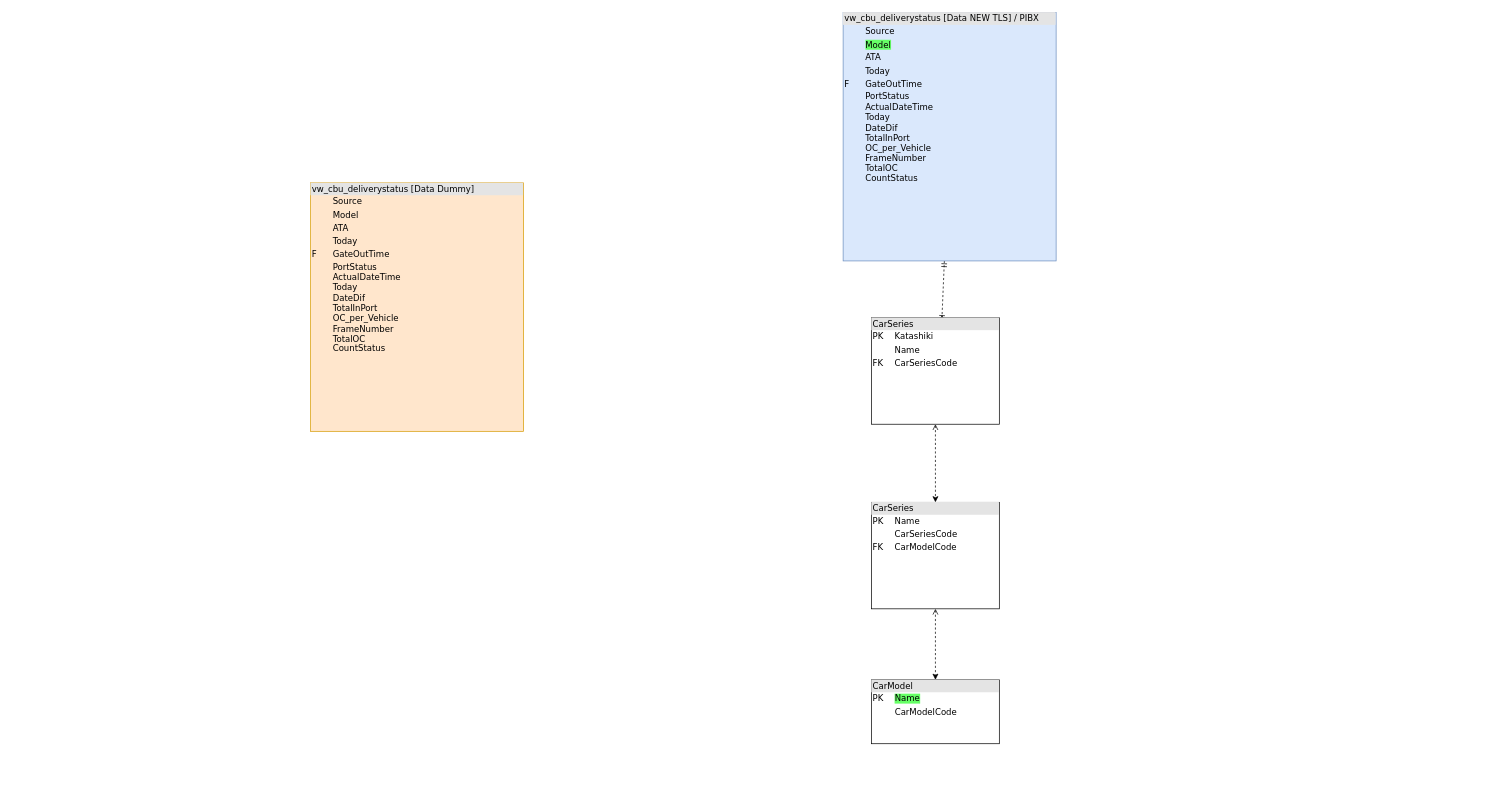
RifqiG759/BI_datasets keeps this draw.io diagram as page "Board2_CBU_DeliveryStatus" (2 of 3) of TAM_IMIS_diagram.drawio. Above is the earlier version. Source tidied: cells renumbered, new cells numbered last; positions are measured from the earlier drawing's top-left corner, leaving out a move shared by most shapes. Both pictures are drawn from the tidied source at 71%, with x=0, y=0 at pixel (310, 12).
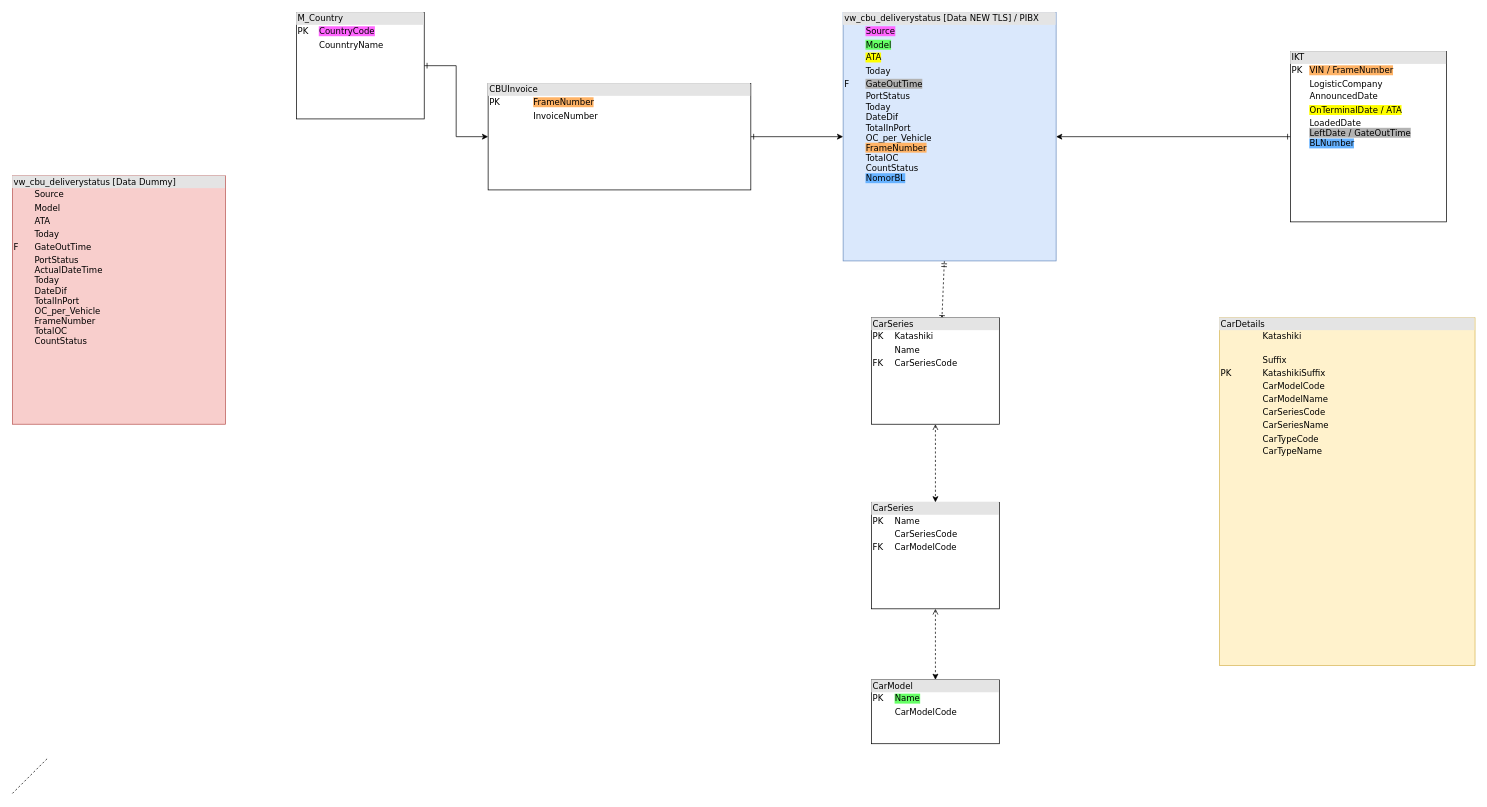
The same diagram, later.

What changed in the source:
```diff
@@
 <mxGraphModel>
   <root>
     <mxCell id="0" />
     <mxCell id="1" parent="0" />
     <mxCell id="2" style="html=1;dashed=1;labelBackgroundColor=none;startArrow=ERmandOne;endArrow=ERoneToMany;fontFamily=Verdana;fontSize=12;align=left;elbow=vertical;entryX=0.55;entryY=0.033;entryDx=0;entryDy=0;entryPerimeter=0;" parent="1" edge="1" source="7" target="9">
       <mxGeometry relative="1" as="geometry" />
     </mxCell>
-    <mxCell id="3" value="&lt;div style=&quot;box-sizing: border-box ; width: 100% ; background: #e4e4e4 ; padding: 2px&quot;&gt;vw_cbu_deliverystatus [Data Dummy]&lt;/div&gt;&lt;table style=&quot;width: 100% ; font-size: 1em&quot; cellpadding=&quot;2&quot; cellspacing=&quot;0&quot;&gt;&lt;tbody&gt;&lt;tr&gt;&lt;td&gt;&lt;br&gt;&lt;/td&gt;&lt;td&gt;Source&lt;/td&gt;&lt;/tr&gt;&lt;tr&gt;&lt;td&gt;&lt;/td&gt;&lt;td&gt;Model&lt;/td&gt;&lt;/tr&gt;&lt;tr&gt;&lt;td&gt;&lt;br&gt;&lt;/td&gt;&lt;td&gt;ATA&lt;/td&gt;&lt;/tr&gt;&lt;tr&gt;&lt;td&gt;&lt;br&gt;&lt;/td&gt;&lt;td&gt;Today&lt;/td&gt;&lt;/tr&gt;&lt;tr&gt;&lt;td&gt;F&lt;br&gt;&lt;/td&gt;&lt;td&gt;GateOutTime&lt;/td&gt;&lt;/tr&gt;&lt;tr&gt;&lt;td&gt;&lt;br&gt;&lt;/td&gt;&lt;td&gt;PortStatus&lt;br&gt;ActualDateTime&lt;br&gt;Today&lt;br&gt;DateDif&lt;br&gt;TotalInPort&lt;br&gt;OC_per_Vehicle&lt;br&gt;FrameNumber&lt;br&gt;TotalOC&lt;br&gt;CountStatus&lt;/td&gt;&lt;/tr&gt;&lt;tr&gt;&lt;td&gt;&lt;br&gt;&lt;/td&gt;&lt;td&gt;&lt;br&gt;&lt;/td&gt;&lt;/tr&gt;&lt;tr&gt;&lt;td&gt;&lt;br&gt;&lt;/td&gt;&lt;td&gt;&lt;br&gt;&lt;/td&gt;&lt;/tr&gt;&lt;tr&gt;&lt;td&gt;&lt;br&gt;&lt;/td&gt;&lt;td&gt;&lt;br&gt;&lt;/td&gt;&lt;/tr&gt;&lt;/tbody&gt;&lt;/table&gt;" style="verticalAlign=top;align=left;overflow=fill;html=1;rounded=0;shadow=0;comic=0;labelBackgroundColor=none;strokeColor=#d79b00;strokeWidth=1;fillColor=#ffe6cc;fontFamily=Verdana;fontSize=12;" parent="1" vertex="1">
-      <mxGeometry y="240" width="300" height="350" as="geometry" />
+    <mxCell id="3" value="&lt;div style=&quot;box-sizing: border-box ; width: 100% ; background: #e4e4e4 ; padding: 2px&quot;&gt;vw_cbu_deliverystatus [Data Dummy]&lt;/div&gt;&lt;table style=&quot;width: 100% ; font-size: 1em&quot; cellpadding=&quot;2&quot; cellspacing=&quot;0&quot;&gt;&lt;tbody&gt;&lt;tr&gt;&lt;td&gt;&lt;br&gt;&lt;/td&gt;&lt;td&gt;Source&lt;/td&gt;&lt;/tr&gt;&lt;tr&gt;&lt;td&gt;&lt;/td&gt;&lt;td&gt;Model&lt;/td&gt;&lt;/tr&gt;&lt;tr&gt;&lt;td&gt;&lt;br&gt;&lt;/td&gt;&lt;td&gt;ATA&lt;/td&gt;&lt;/tr&gt;&lt;tr&gt;&lt;td&gt;&lt;br&gt;&lt;/td&gt;&lt;td&gt;Today&lt;/td&gt;&lt;/tr&gt;&lt;tr&gt;&lt;td&gt;F&lt;br&gt;&lt;/td&gt;&lt;td&gt;GateOutTime&lt;/td&gt;&lt;/tr&gt;&lt;tr&gt;&lt;td&gt;&lt;br&gt;&lt;/td&gt;&lt;td&gt;PortStatus&lt;br&gt;ActualDateTime&lt;br&gt;Today&lt;br&gt;DateDif&lt;br&gt;TotalInPort&lt;br&gt;OC_per_Vehicle&lt;br&gt;FrameNumber&lt;br&gt;TotalOC&lt;br&gt;CountStatus&lt;/td&gt;&lt;/tr&gt;&lt;tr&gt;&lt;td&gt;&lt;br&gt;&lt;/td&gt;&lt;td&gt;&lt;br&gt;&lt;/td&gt;&lt;/tr&gt;&lt;tr&gt;&lt;td&gt;&lt;br&gt;&lt;/td&gt;&lt;td&gt;&lt;br&gt;&lt;/td&gt;&lt;/tr&gt;&lt;tr&gt;&lt;td&gt;&lt;br&gt;&lt;/td&gt;&lt;td&gt;&lt;br&gt;&lt;/td&gt;&lt;/tr&gt;&lt;/tbody&gt;&lt;/table&gt;" style="verticalAlign=top;align=left;overflow=fill;html=1;rounded=0;shadow=0;comic=0;labelBackgroundColor=none;strokeColor=#b85450;strokeWidth=1;fillColor=#f8cecc;fontFamily=Verdana;fontSize=12;" parent="1" vertex="1">
+      <mxGeometry x="-420" y="230" width="300" height="350" as="geometry" />
     </mxCell>
     <mxCell id="4" style="edgeStyle=orthogonalEdgeStyle;rounded=0;jettySize=auto;html=1;dashed=1;startArrow=open;startFill=0;" parent="1" edge="1" source="5" target="8">
       <mxGeometry relative="1" as="geometry" />
     </mxCell>
     <mxCell id="5" value="&lt;div style=&quot;box-sizing: border-box ; width: 100% ; background: #e4e4e4 ; padding: 2px&quot;&gt;CarSeries&lt;/div&gt;&lt;table style=&quot;width: 100% ; font-size: 1em&quot; cellpadding=&quot;2&quot; cellspacing=&quot;0&quot;&gt;&lt;tbody&gt;&lt;tr&gt;&lt;td&gt;PK&lt;/td&gt;&lt;td&gt;Name&lt;br&gt;&lt;/td&gt;&lt;/tr&gt;&lt;tr&gt;&lt;td&gt;&lt;br&gt;&lt;/td&gt;&lt;td&gt;CarSeriesCode&lt;/td&gt;&lt;/tr&gt;&lt;tr&gt;&lt;td&gt;FK&lt;/td&gt;&lt;td&gt;CarModelCode&lt;/td&gt;&lt;/tr&gt;&lt;/tbody&gt;&lt;/table&gt;" style="verticalAlign=top;align=left;overflow=fill;html=1;rounded=0;shadow=0;comic=0;labelBackgroundColor=none;strokeColor=#000000;strokeWidth=1;fillColor=#ffffff;fontFamily=Verdana;fontSize=12;fontColor=#000000;" parent="1" vertex="1">
       <mxGeometry x="790" y="690" width="180" height="150" as="geometry" />
     </mxCell>
     <mxCell id="6" style="edgeStyle=orthogonalEdgeStyle;rounded=0;jettySize=auto;html=1;dashed=1;startArrow=open;startFill=0;exitX=0.5;exitY=1;exitDx=0;exitDy=0;" parent="1" edge="1" source="9" target="5">
       <mxGeometry relative="1" as="geometry" />
     </mxCell>
-    <mxCell id="7" value="&lt;div style=&quot;box-sizing: border-box ; width: 100% ; background: #e4e4e4 ; padding: 2px&quot;&gt;vw_cbu_deliverystatus [Data NEW TLS] / PIBX&lt;/div&gt;&lt;table style=&quot;width: 100% ; font-size: 1em&quot; cellpadding=&quot;2&quot; cellspacing=&quot;0&quot;&gt;&lt;tbody&gt;&lt;tr&gt;&lt;td&gt;&lt;br&gt;&lt;/td&gt;&lt;td&gt;Source&lt;/td&gt;&lt;/tr&gt;&lt;tr&gt;&lt;td&gt;&lt;/td&gt;&lt;td&gt;&lt;span style=&quot;background-color: rgb(102 , 255 , 102)&quot;&gt;Model&lt;/span&gt;&lt;/td&gt;&lt;/tr&gt;&lt;tr&gt;&lt;td&gt;&lt;br&gt;&lt;/td&gt;&lt;td&gt;ATA&lt;/td&gt;&lt;/tr&gt;&lt;tr&gt;&lt;td&gt;&lt;br&gt;&lt;/td&gt;&lt;td&gt;Today&lt;/td&gt;&lt;/tr&gt;&lt;tr&gt;&lt;td&gt;F&lt;br&gt;&lt;/td&gt;&lt;td&gt;GateOutTime&lt;/td&gt;&lt;/tr&gt;&lt;tr&gt;&lt;td&gt;&lt;br&gt;&lt;/td&gt;&lt;td&gt;PortStatus&lt;br&gt;ActualDateTime&lt;br&gt;Today&lt;br&gt;DateDif&lt;br&gt;TotalInPort&lt;br&gt;OC_per_Vehicle&lt;br&gt;FrameNumber&lt;br&gt;TotalOC&lt;br&gt;CountStatus&lt;/td&gt;&lt;/tr&gt;&lt;tr&gt;&lt;td&gt;&lt;br&gt;&lt;/td&gt;&lt;td&gt;&lt;br&gt;&lt;/td&gt;&lt;/tr&gt;&lt;tr&gt;&lt;td&gt;&lt;br&gt;&lt;/td&gt;&lt;td&gt;&lt;br&gt;&lt;/td&gt;&lt;/tr&gt;&lt;tr&gt;&lt;td&gt;&lt;br&gt;&lt;/td&gt;&lt;td&gt;&lt;br&gt;&lt;/td&gt;&lt;/tr&gt;&lt;/tbody&gt;&lt;/table&gt;" style="verticalAlign=top;align=left;overflow=fill;html=1;rounded=0;shadow=0;comic=0;labelBackgroundColor=none;strokeColor=#6c8ebf;strokeWidth=1;fillColor=#dae8fc;fontFamily=Verdana;fontSize=12;" parent="1" vertex="1">
+    <mxCell id="7" value="&lt;div style=&quot;box-sizing: border-box ; width: 100% ; background: #e4e4e4 ; padding: 2px&quot;&gt;vw_cbu_deliverystatus [Data NEW TLS] / PIBX&lt;/div&gt;&lt;table style=&quot;width: 100% ; font-size: 1em&quot; cellpadding=&quot;2&quot; cellspacing=&quot;0&quot;&gt;&lt;tbody&gt;&lt;tr&gt;&lt;td&gt;&lt;br&gt;&lt;/td&gt;&lt;td&gt;&lt;span style=&quot;background-color: rgb(255 , 102 , 255)&quot;&gt;Source&lt;/span&gt;&lt;/td&gt;&lt;/tr&gt;&lt;tr&gt;&lt;td&gt;&lt;/td&gt;&lt;td&gt;&lt;span style=&quot;background-color: rgb(102 , 255 , 102)&quot;&gt;Model&lt;/span&gt;&lt;/td&gt;&lt;/tr&gt;&lt;tr&gt;&lt;td&gt;&lt;br&gt;&lt;/td&gt;&lt;td&gt;&lt;span style=&quot;background-color: rgb(255 , 255 , 0)&quot;&gt;ATA&lt;/span&gt;&lt;/td&gt;&lt;/tr&gt;&lt;tr&gt;&lt;td&gt;&lt;br&gt;&lt;/td&gt;&lt;td&gt;Today&lt;/td&gt;&lt;/tr&gt;&lt;tr&gt;&lt;td&gt;F&lt;br&gt;&lt;/td&gt;&lt;td&gt;&lt;span style=&quot;background-color: rgb(179 , 179 , 179)&quot;&gt;GateOutTime&lt;/span&gt;&lt;/td&gt;&lt;/tr&gt;&lt;tr&gt;&lt;td&gt;&lt;br&gt;&lt;/td&gt;&lt;td&gt;PortStatus&lt;br&gt;Today&lt;br&gt;DateDif&lt;br&gt;TotalInPort&lt;br&gt;OC_per_Vehicle&lt;br&gt;&lt;span style=&quot;background-color: rgb(255 , 179 , 102)&quot;&gt;FrameNumber&lt;/span&gt;&lt;br&gt;TotalOC&lt;br&gt;CountStatus&lt;br&gt;&lt;span style=&quot;background-color: rgb(102 , 178 , 255)&quot;&gt;NomorBL&lt;/span&gt;&lt;/td&gt;&lt;/tr&gt;&lt;tr&gt;&lt;td&gt;&lt;br&gt;&lt;/td&gt;&lt;td&gt;&lt;br&gt;&lt;/td&gt;&lt;/tr&gt;&lt;tr&gt;&lt;td&gt;&lt;br&gt;&lt;/td&gt;&lt;td&gt;&lt;br&gt;&lt;/td&gt;&lt;/tr&gt;&lt;tr&gt;&lt;td&gt;&lt;br&gt;&lt;/td&gt;&lt;td&gt;&lt;br&gt;&lt;/td&gt;&lt;/tr&gt;&lt;/tbody&gt;&lt;/table&gt;" style="verticalAlign=top;align=left;overflow=fill;html=1;rounded=0;shadow=0;comic=0;labelBackgroundColor=none;strokeColor=#6c8ebf;strokeWidth=1;fillColor=#dae8fc;fontFamily=Verdana;fontSize=12;" parent="1" vertex="1">
       <mxGeometry x="750" width="300" height="350" as="geometry" />
     </mxCell>
     <mxCell id="8" value="&lt;div style=&quot;box-sizing: border-box ; width: 100% ; background: #e4e4e4 ; padding: 2px&quot;&gt;CarModel&lt;/div&gt;&lt;table style=&quot;width: 100% ; font-size: 1em&quot; cellpadding=&quot;2&quot; cellspacing=&quot;0&quot;&gt;&lt;tbody&gt;&lt;tr&gt;&lt;td&gt;PK&lt;/td&gt;&lt;td&gt;&lt;span style=&quot;background-color: rgb(102 , 255 , 102)&quot;&gt;Name&lt;br&gt;&lt;/span&gt;&lt;/td&gt;&lt;/tr&gt;&lt;tr&gt;&lt;td&gt;&lt;/td&gt;&lt;td&gt;CarModelCode&lt;/td&gt;&lt;/tr&gt;&lt;/tbody&gt;&lt;/table&gt;" style="verticalAlign=top;align=left;overflow=fill;html=1;rounded=0;shadow=0;comic=0;labelBackgroundColor=none;strokeColor=#000000;strokeWidth=1;fillColor=#ffffff;fontFamily=Verdana;fontSize=12;fontColor=#000000;" parent="1" vertex="1">
       <mxGeometry x="790" y="940" width="180" height="90" as="geometry" />
     </mxCell>
     <mxCell id="9" value="&lt;div style=&quot;box-sizing: border-box ; width: 100% ; background: #e4e4e4 ; padding: 2px&quot;&gt;CarSeries&lt;/div&gt;&lt;table style=&quot;width: 100% ; font-size: 1em&quot; cellpadding=&quot;2&quot; cellspacing=&quot;0&quot;&gt;&lt;tbody&gt;&lt;tr&gt;&lt;td&gt;PK&lt;/td&gt;&lt;td&gt;Katashiki&lt;/td&gt;&lt;/tr&gt;&lt;tr&gt;&lt;td&gt;&lt;br&gt;&lt;/td&gt;&lt;td&gt;Name&lt;/td&gt;&lt;/tr&gt;&lt;tr&gt;&lt;td&gt;FK&lt;/td&gt;&lt;td&gt;CarSeriesCode&lt;/td&gt;&lt;/tr&gt;&lt;/tbody&gt;&lt;/table&gt;" style="verticalAlign=top;align=left;overflow=fill;html=1;rounded=0;shadow=0;comic=0;labelBackgroundColor=none;strokeColor=#000000;strokeWidth=1;fillColor=#ffffff;fontFamily=Verdana;fontSize=12;fontColor=#000000;" parent="1" vertex="1">
       <mxGeometry x="790" y="430" width="180" height="150" as="geometry" />
     </mxCell>
+    <mxCell id="10" style="edgeStyle=orthogonalEdgeStyle;rounded=0;jettySize=auto;html=1;startArrow=ERone;startFill=0;" parent="1" edge="1" source="11" target="13">
+      <mxGeometry relative="1" as="geometry" />
+    </mxCell>
+    <mxCell id="11" value="&lt;div style=&quot;box-sizing: border-box ; width: 100% ; background: #e4e4e4 ; padding: 2px&quot;&gt;M_Country&lt;/div&gt;&lt;table style=&quot;width: 100% ; font-size: 1em&quot; cellpadding=&quot;2&quot; cellspacing=&quot;0&quot;&gt;&lt;tbody&gt;&lt;tr&gt;&lt;td&gt;PK&lt;/td&gt;&lt;td&gt;&lt;span style=&quot;background-color: rgb(255 , 102 , 255)&quot;&gt;CountryCode&lt;/span&gt;&lt;/td&gt;&lt;/tr&gt;&lt;tr&gt;&lt;td&gt;&lt;br&gt;&lt;/td&gt;&lt;td&gt;CounntryName&lt;/td&gt;&lt;/tr&gt;&lt;tr&gt;&lt;td&gt;&lt;br&gt;&lt;/td&gt;&lt;td&gt;&lt;br&gt;&lt;/td&gt;&lt;/tr&gt;&lt;/tbody&gt;&lt;/table&gt;" style="verticalAlign=top;align=left;overflow=fill;html=1;rounded=0;shadow=0;comic=0;labelBackgroundColor=none;strokeColor=#000000;strokeWidth=1;fillColor=#ffffff;fontFamily=Verdana;fontSize=12;fontColor=#000000;" parent="1" vertex="1">
+      <mxGeometry x="-20" width="180" height="150" as="geometry" />
+    </mxCell>
+    <mxCell id="12" style="rounded=0;jettySize=auto;html=1;startArrow=ERone;startFill=0;" parent="1" edge="1" source="13" target="7">
+      <mxGeometry relative="1" as="geometry" />
+    </mxCell>
+    <mxCell id="13" value="&lt;div style=&quot;box-sizing: border-box ; width: 100% ; background: #e4e4e4 ; padding: 2px&quot;&gt;CBUInvoice&lt;/div&gt;&lt;table style=&quot;width: 100% ; font-size: 1em&quot; cellpadding=&quot;2&quot; cellspacing=&quot;0&quot;&gt;&lt;tbody&gt;&lt;tr&gt;&lt;td&gt;PK&lt;/td&gt;&lt;td&gt;&lt;span style=&quot;background-color: rgb(255 , 179 , 102)&quot;&gt;FrameNumber&lt;/span&gt;&lt;/td&gt;&lt;/tr&gt;&lt;tr&gt;&lt;td&gt;&lt;br&gt;&lt;/td&gt;&lt;td&gt;InvoiceNumber&lt;/td&gt;&lt;/tr&gt;&lt;tr&gt;&lt;td&gt;&lt;br&gt;&lt;/td&gt;&lt;td&gt;&lt;br&gt;&lt;/td&gt;&lt;/tr&gt;&lt;/tbody&gt;&lt;/table&gt;" style="verticalAlign=top;align=left;overflow=fill;html=1;rounded=0;shadow=0;comic=0;labelBackgroundColor=none;strokeColor=#000000;strokeWidth=1;fillColor=#ffffff;fontFamily=Verdana;fontSize=12;fontColor=#000000;" parent="1" vertex="1">
+      <mxGeometry x="250" y="100" width="370" height="150" as="geometry" />
+    </mxCell>
+    <mxCell id="14" style="endArrow=none;dashed=1;html=1;" parent="1" edge="1">
+      <mxGeometry relative="1" as="geometry">
+        <mxPoint x="-420" y="1100" as="sourcePoint" />
+        <mxPoint x="-370" y="1050" as="targetPoint" />
+      </mxGeometry>
+    </mxCell>
+    <mxCell id="15" style="edgeStyle=orthogonalEdgeStyle;rounded=0;jettySize=auto;html=1;startArrow=ERone;startFill=0;" parent="1" edge="1" source="16" target="7">
+      <mxGeometry relative="1" as="geometry" />
+    </mxCell>
+    <mxCell id="16" value="&lt;div style=&quot;box-sizing: border-box ; width: 100% ; background: #e4e4e4 ; padding: 2px&quot;&gt;IKT&lt;/div&gt;&lt;table style=&quot;width: 100% ; font-size: 1em&quot; cellpadding=&quot;2&quot; cellspacing=&quot;0&quot;&gt;&lt;tbody&gt;&lt;tr&gt;&lt;td&gt;PK&lt;/td&gt;&lt;td&gt;&lt;span style=&quot;background-color: rgb(255 , 179 , 102)&quot;&gt;VIN / FrameNumber&lt;/span&gt;&lt;/td&gt;&lt;/tr&gt;&lt;tr&gt;&lt;td&gt;&lt;br&gt;&lt;/td&gt;&lt;td&gt;LogisticCompany&lt;/td&gt;&lt;/tr&gt;&lt;tr&gt;&lt;td&gt;&lt;/td&gt;&lt;td&gt;AnnouncedDate&lt;/td&gt;&lt;/tr&gt;&lt;tr&gt;&lt;td&gt;&lt;br&gt;&lt;/td&gt;&lt;td&gt;&lt;span style=&quot;background-color: rgb(255 , 255 , 0)&quot;&gt;OnTerminalDate / ATA&lt;/span&gt;&lt;/td&gt;&lt;/tr&gt;&lt;tr&gt;&lt;td&gt;&lt;br&gt;&lt;/td&gt;&lt;td&gt;LoadedDate&lt;br&gt;&lt;span style=&quot;background-color: rgb(179 , 179 , 179)&quot;&gt;LeftDate / GateOutTime&lt;/span&gt;&lt;br&gt;&lt;span style=&quot;background-color: rgb(102 , 178 , 255)&quot;&gt;BLNumber&lt;br&gt;&lt;br&gt;&lt;/span&gt;&lt;/td&gt;&lt;/tr&gt;&lt;tr&gt;&lt;td&gt;&lt;/td&gt;&lt;td&gt;&lt;/td&gt;&lt;/tr&gt;&lt;/tbody&gt;&lt;/table&gt;" style="verticalAlign=top;align=left;overflow=fill;html=1;rounded=0;shadow=0;comic=0;labelBackgroundColor=none;strokeColor=#000000;strokeWidth=1;fillColor=#ffffff;fontFamily=Verdana;fontSize=12;fontColor=#000000;" parent="1" vertex="1">
+      <mxGeometry x="1380" y="55" width="220" height="240" as="geometry" />
+    </mxCell>
+    <mxCell id="17" value="&lt;div style=&quot;box-sizing: border-box ; width: 100% ; background: #e4e4e4 ; padding: 2px&quot;&gt;CarDetails&lt;/div&gt;&lt;table style=&quot;width: 100% ; font-size: 1em&quot; cellpadding=&quot;2&quot; cellspacing=&quot;0&quot;&gt;&lt;tbody&gt;&lt;tr&gt;&lt;td&gt;&lt;br&gt;&lt;/td&gt;&lt;td&gt;Katashiki&lt;br&gt;&lt;br&gt;&lt;/td&gt;&lt;/tr&gt;&lt;tr&gt;&lt;td&gt;&lt;br&gt;&lt;/td&gt;&lt;td&gt;Suffix&lt;/td&gt;&lt;/tr&gt;&lt;tr&gt;&lt;td&gt;PK&lt;/td&gt;&lt;td&gt;KatashikiSuffix&lt;/td&gt;&lt;/tr&gt;&lt;tr&gt;&lt;td&gt;&lt;br&gt;&lt;/td&gt;&lt;td&gt;CarModelCode&lt;/td&gt;&lt;/tr&gt;&lt;tr&gt;&lt;td&gt;&lt;br&gt;&lt;/td&gt;&lt;td&gt;CarModelName&lt;/td&gt;&lt;/tr&gt;&lt;tr&gt;&lt;td&gt;&lt;br&gt;&lt;/td&gt;&lt;td&gt;CarSeriesCode&lt;/td&gt;&lt;/tr&gt;&lt;tr&gt;&lt;td&gt;&lt;br&gt;&lt;/td&gt;&lt;td&gt;CarSeriesName&lt;/td&gt;&lt;/tr&gt;&lt;tr&gt;&lt;td&gt;&lt;br&gt;&lt;/td&gt;&lt;td&gt;CarTypeCode&lt;/td&gt;&lt;/tr&gt;&lt;tr&gt;&lt;td&gt;&lt;br&gt;&lt;/td&gt;&lt;td&gt;CarTypeName&lt;/td&gt;&lt;/tr&gt;&lt;tr&gt;&lt;td&gt;&lt;br&gt;&lt;/td&gt;&lt;td&gt;&lt;br&gt;&lt;/td&gt;&lt;/tr&gt;&lt;tr&gt;&lt;td&gt;&lt;br&gt;&lt;/td&gt;&lt;td&gt;&lt;br&gt;&lt;/td&gt;&lt;/tr&gt;&lt;tr&gt;&lt;td&gt;&lt;br&gt;&lt;/td&gt;&lt;td&gt;&lt;br&gt;&lt;/td&gt;&lt;/tr&gt;&lt;tr&gt;&lt;td&gt;&lt;br&gt;&lt;/td&gt;&lt;td&gt;&lt;br&gt;&lt;/td&gt;&lt;/tr&gt;&lt;tr&gt;&lt;td&gt;&lt;br&gt;&lt;/td&gt;&lt;td&gt;&lt;br&gt;&lt;/td&gt;&lt;/tr&gt;&lt;tr&gt;&lt;td&gt;&lt;br&gt;&lt;/td&gt;&lt;td&gt;&lt;br&gt;&lt;/td&gt;&lt;/tr&gt;&lt;tr&gt;&lt;td&gt;&lt;br&gt;&lt;/td&gt;&lt;td&gt;&lt;br&gt;&lt;/td&gt;&lt;/tr&gt;&lt;tr&gt;&lt;td&gt;&lt;br&gt;&lt;/td&gt;&lt;td&gt;&lt;br&gt;&lt;/td&gt;&lt;/tr&gt;&lt;tr&gt;&lt;td&gt;&lt;br&gt;&lt;/td&gt;&lt;td&gt;&lt;br&gt;&lt;/td&gt;&lt;/tr&gt;&lt;/tbody&gt;&lt;/table&gt;" style="verticalAlign=top;align=left;overflow=fill;html=1;rounded=0;shadow=0;comic=0;labelBackgroundColor=none;strokeColor=#d6b656;strokeWidth=1;fillColor=#fff2cc;fontFamily=Verdana;fontSize=12;" parent="1" vertex="1">
+      <mxGeometry x="1280" y="430" width="360" height="490" as="geometry" />
+    </mxCell>
   </root>
 </mxGraphModel>
```
